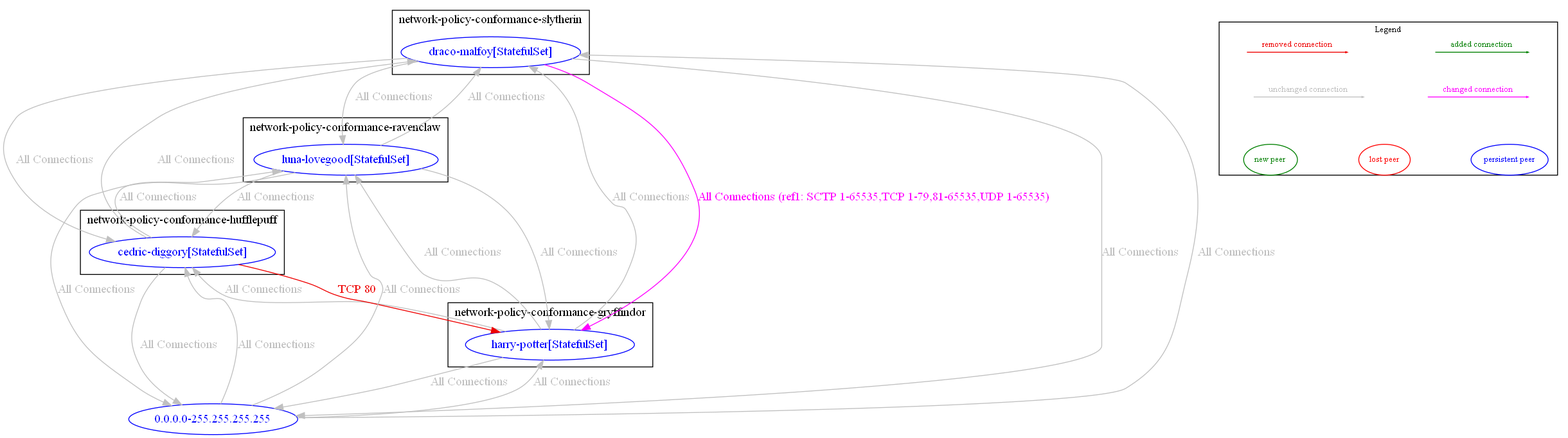
Earlier version of the Graphviz export test_outputs/diff/diff_between_anp_test_7_swapping_rules_and_anp_test_7.dot.png (np-guard/netpol-analyzer). Its source is kept beside it as test_outputs/diff/diff_between_anp_test_7_swapping_rules_and_anp_test_7.dot.
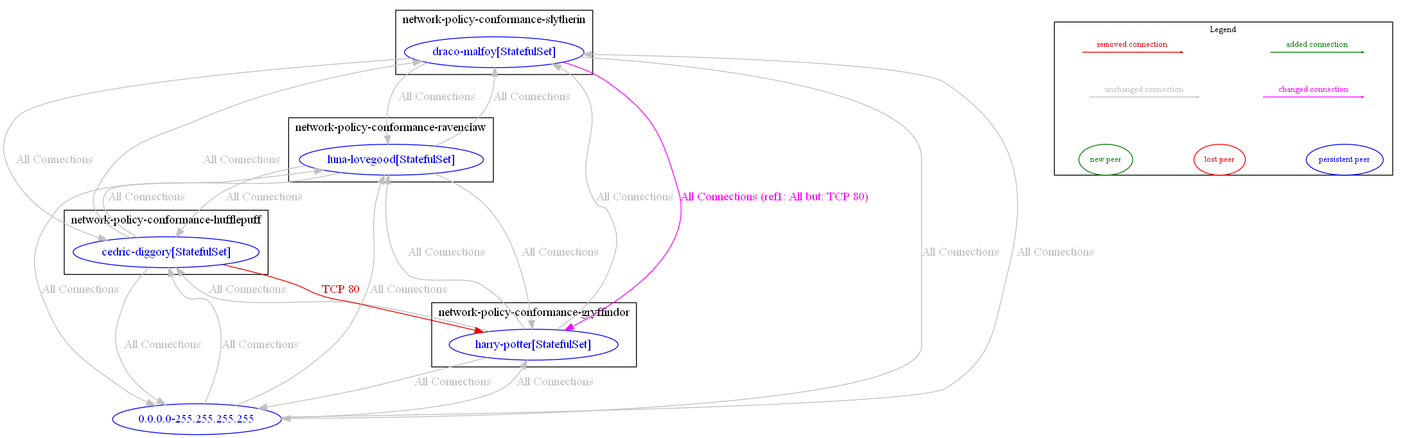
Later version of the same file.

The edit, as a diff of the source:
```diff
@@ -33,7 +33,7 @@
 	"network-policy-conformance-ravenclaw/luna-lovegood[StatefulSet]" -> "network-policy-conformance-hufflepuff/cedric-diggory[StatefulSet]" [label="All Connections" color="grey" fontcolor="grey" weight=1]
 	"network-policy-conformance-ravenclaw/luna-lovegood[StatefulSet]" -> "network-policy-conformance-slytherin/draco-malfoy[StatefulSet]" [label="All Connections" color="grey" fontcolor="grey" weight=0.5]
 	"network-policy-conformance-slytherin/draco-malfoy[StatefulSet]" -> "0.0.0.0-255.255.255.255" [label="All Connections" color="grey" fontcolor="grey" weight=1]
-	"network-policy-conformance-slytherin/draco-malfoy[StatefulSet]" -> "network-policy-conformance-gryffindor/harry-potter[StatefulSet]" [label="All Connections (ref1: SCTP 1-65535,TCP 1-79,81-65535,UDP 1-65535)" color="magenta" fontcolor="magenta" weight=1]
+	"network-policy-conformance-slytherin/draco-malfoy[StatefulSet]" -> "network-policy-conformance-gryffindor/harry-potter[StatefulSet]" [label="All Connections (ref1: All but: TCP 80)" color="magenta" fontcolor="magenta" weight=1]
 	"network-policy-conformance-slytherin/draco-malfoy[StatefulSet]" -> "network-policy-conformance-hufflepuff/cedric-diggory[StatefulSet]" [label="All Connections" color="grey" fontcolor="grey" weight=1]
 	"network-policy-conformance-slytherin/draco-malfoy[StatefulSet]" -> "network-policy-conformance-ravenclaw/luna-lovegood[StatefulSet]" [label="All Connections" color="grey" fontcolor="grey" weight=1]
 	nodesep=0.5
```
